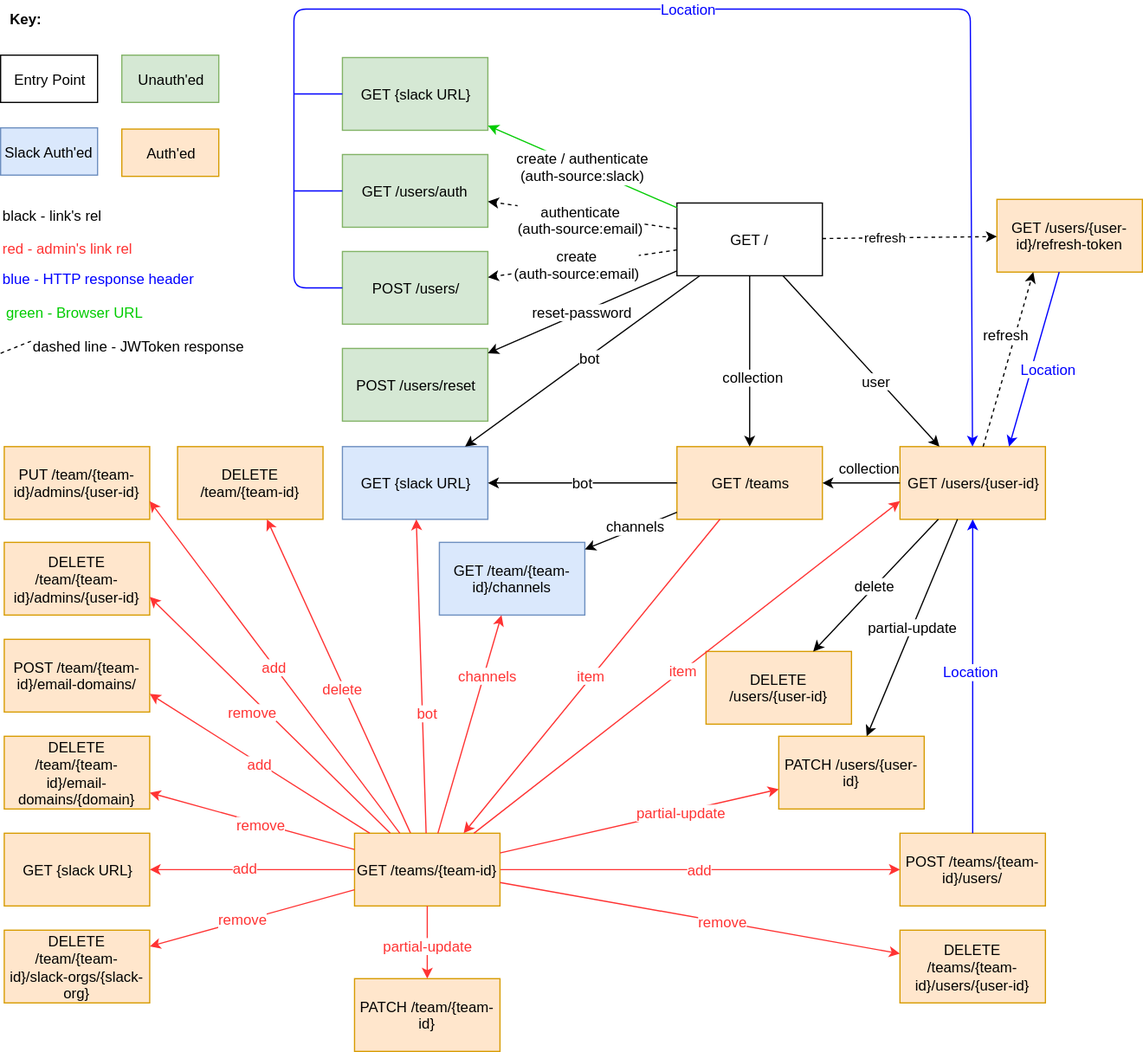
Above: docs/OC-Auth-REST-API.svg in open-company/open-company-auth (draw.io), before the change. Source tidied: cells renumbered, new cells last; positions are measured from the earlier drawing's top-left corner, leaving out a move shared by most shapes.
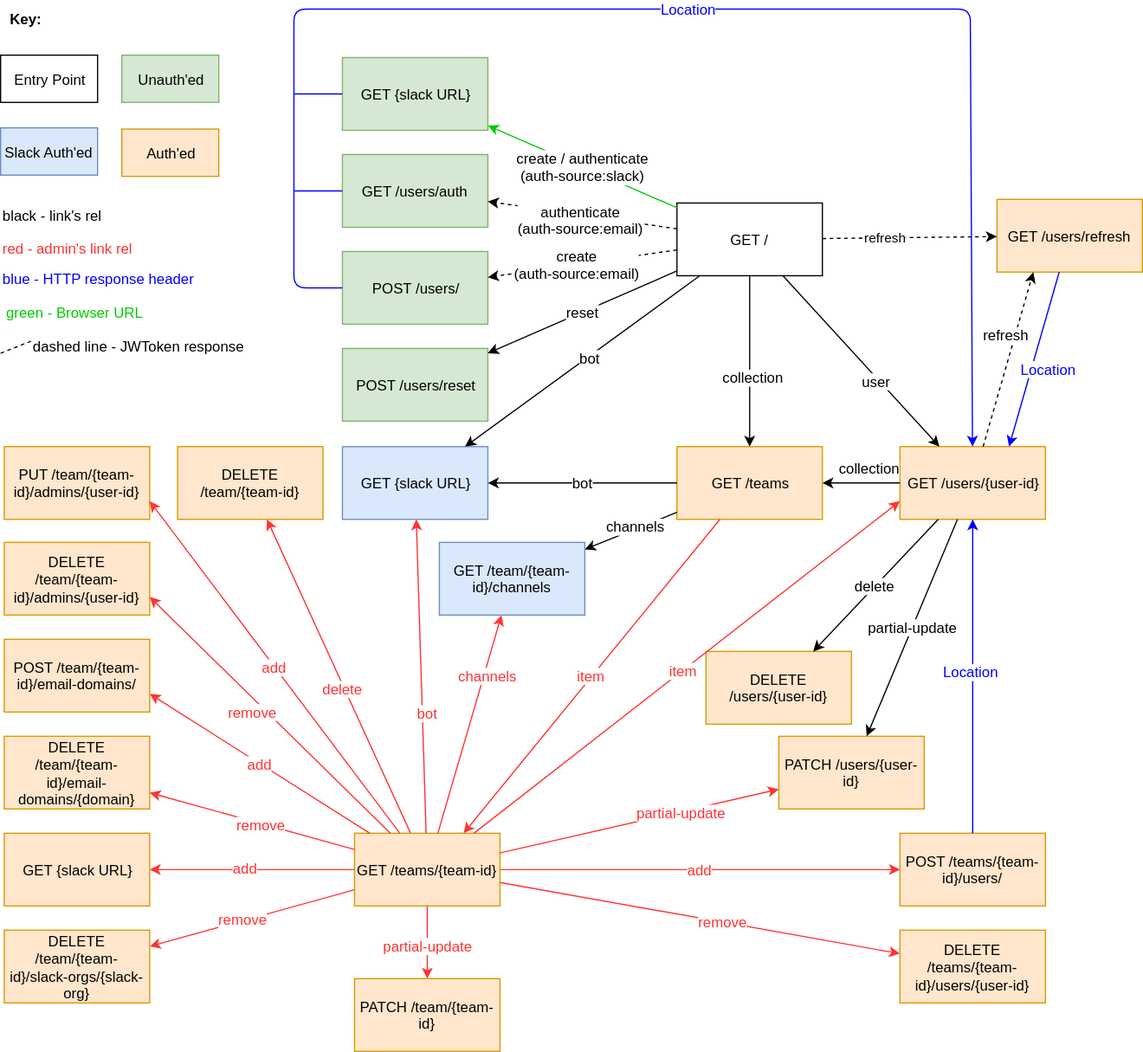
Above is the later version.

Commit message:
Remove user ID from refresh URL and include refresh link in unauth'd entry point response.

What changed in the source:
```diff
@@ -33,7 +33,7 @@
     <mxCell id="10" value="create / authenticate&lt;div&gt;(auth-source:slack)&lt;/div&gt;" style="endArrow=classic;html=1;fontSize=12;strokeColor=#00CC00;" parent="1" edge="1" source="2" target="9">
       <mxGeometry relative="1" as="geometry" />
     </mxCell>
-    <mxCell id="11" value="GET /users/{user-id}/refresh-token" style="whiteSpace=wrap;html=1;fillColor=#ffe6cc;strokeColor=#d79b00;" parent="1" vertex="1">
+    <mxCell id="11" value="GET /users/refresh" style="whiteSpace=wrap;html=1;fillColor=#ffe6cc;strokeColor=#d79b00;" parent="1" vertex="1">
       <mxGeometry x="822" y="159" width="120" height="60" as="geometry" />
     </mxCell>
     <mxCell id="12" value="refresh" style="endArrow=classic;html=1;dashed=1;" parent="1" edge="1" source="2" target="11">
@@ -122,7 +122,7 @@
     <mxCell id="38" value="POST /users/reset" style="whiteSpace=wrap;html=1;fillColor=#d5e8d4;strokeColor=#82b366;" parent="1" vertex="1">
       <mxGeometry x="282" y="282" width="120" height="60" as="geometry" />
     </mxCell>
-    <mxCell id="39" value="reset-password" style="endArrow=classic;html=1;fontSize=12;" parent="1" edge="1" source="2" target="38">
+    <mxCell id="39" value="reset" style="endArrow=classic;html=1;fontSize=12;" parent="1" edge="1" source="2" target="38">
       <mxGeometry relative="1" as="geometry" />
     </mxCell>
     <mxCell id="40" value="GET /teams/{team-id}" style="whiteSpace=wrap;html=1;fillColor=#ffe6cc;strokeColor=#d79b00;" parent="1" vertex="1">
```
